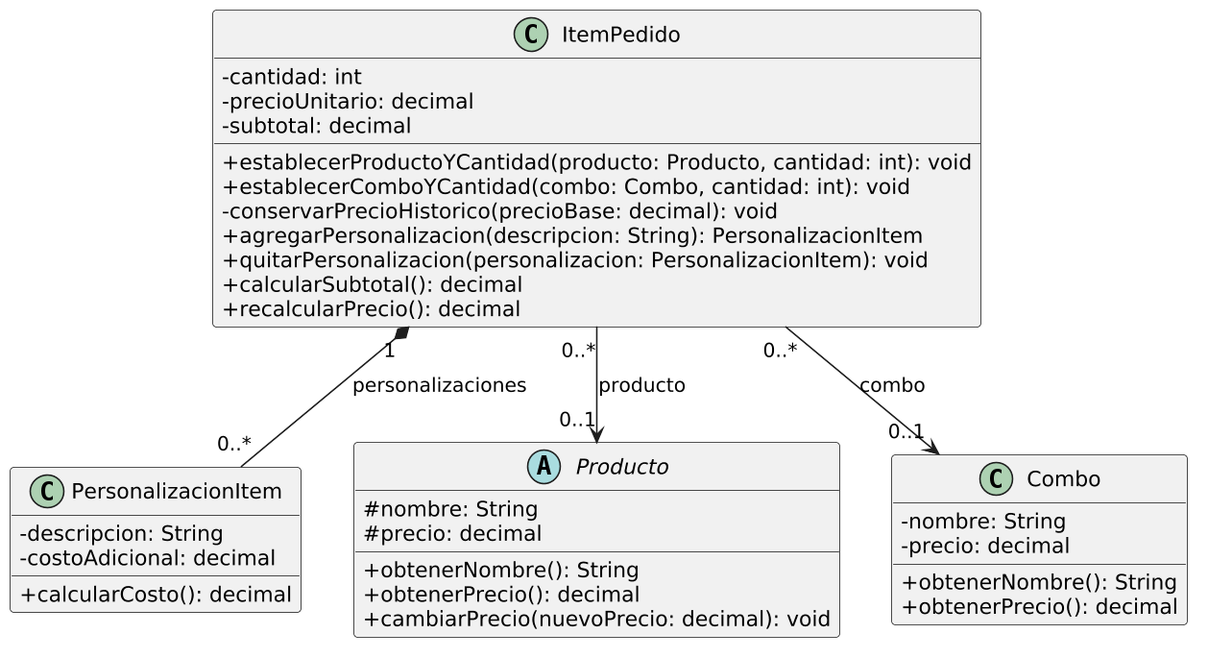
The PlantUML diagram diagramas/01-diagrama-clases/capturas-pilares/poo-polimorfismo-ejemplo-1.png in eloeyhe/SistemaPedidos, before a commit.
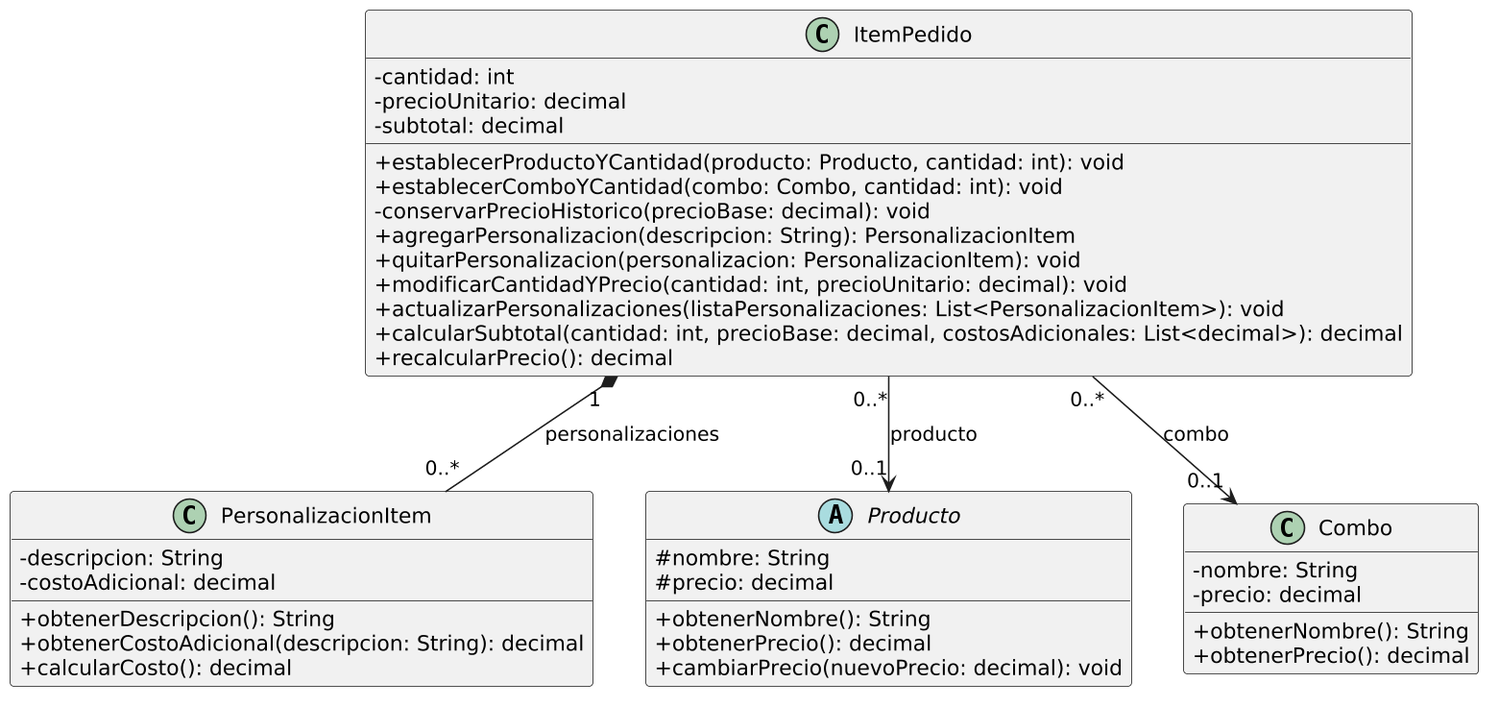
After the commit.

What changed in the source:
```diff
@@ -11,12 +11,16 @@
     - conservarPrecioHistorico(precioBase: decimal): void
     + agregarPersonalizacion(descripcion: String): PersonalizacionItem
     + quitarPersonalizacion(personalizacion: PersonalizacionItem): void
-    + calcularSubtotal(): decimal
+    + modificarCantidadYPrecio(cantidad: int, precioUnitario: decimal): void
+    + actualizarPersonalizaciones(listaPersonalizaciones: List<PersonalizacionItem>): void
+    + calcularSubtotal(cantidad: int, precioBase: decimal, costosAdicionales: List<decimal>): decimal
     + recalcularPrecio(): decimal
   }
   class PersonalizacionItem {
     - descripcion: String
     - costoAdicional: decimal
+    + obtenerDescripcion(): String
+    + obtenerCostoAdicional(descripcion: String): decimal
     + calcularCosto(): decimal
   }
   abstract class Producto {
```
